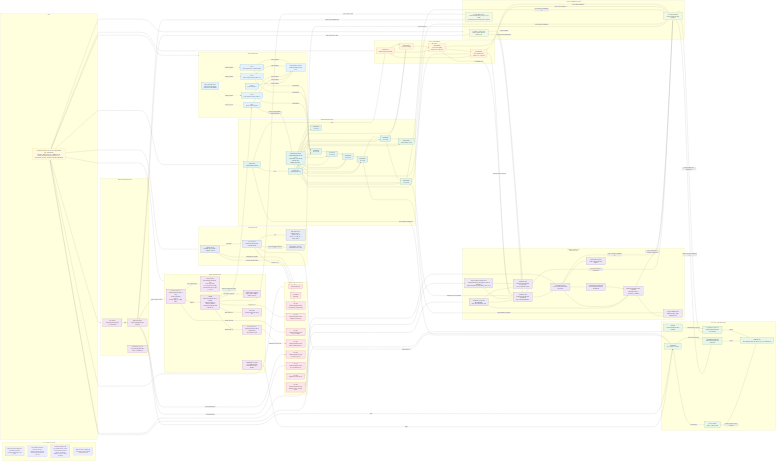
Above: docs/design/platform/dev_full/graph/readiness/dev_full_platform_resources_production_ready_current_v0.mermaid.png in EsosaOrumwese/fraud-detection-system (Mermaid), before the change. Its source is kept beside it as docs/design/platform/dev_full/graph/readiness/dev_full_platform_resources_production_ready_current_v0.mermaid.mmd.
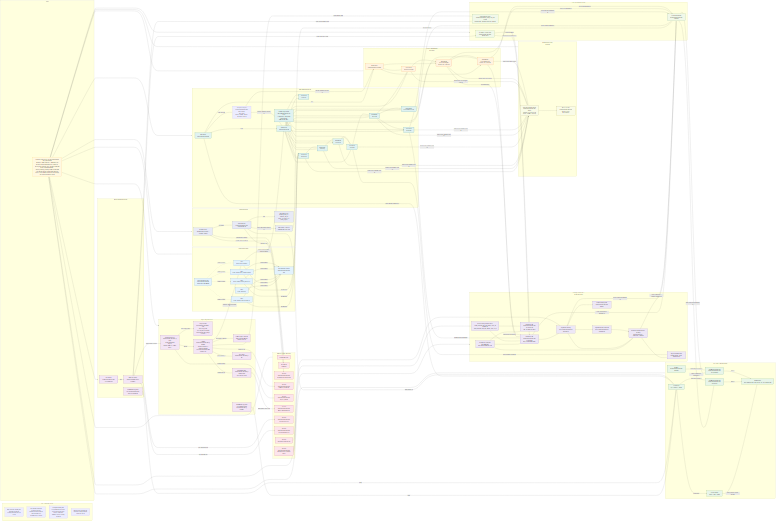
After the change.

Commit message:
Record review standby in readiness graphs

The edit, as a diff of the source:
```diff
@@ -7,13 +7,13 @@
 
   subgraph LEGEND["How to Read This Graph"]
     L1["Only resources backing the currently promoted working-platform core are shown"]
-    L2["The current promoted resource core now includes the full platform after integrated Phase 8 closure"]
+    L2["The current promoted resource core now includes the full platform after final Phase 9 bounded stress closure"]
     L3["Managed learning and ops/governance resources are shown because they are now promoted members of the working platform"]
     L4["Only resources backing the accepted working-platform claim are shown"]
   end
 
   subgraph NOTE["Scope"]
-    N1["Concrete resource view for the promoted full dev_full platform<br>Envelope: 3000 steady eps / 6000 burst eps<br>Current accepted integrated closure slice: phase8_full_platform_integrated_20260313T010847Z"]
+    N1["Concrete resource view for the promoted full dev_full platform<br>Envelope: 3000 steady eps / 6000 burst eps<br>Current accepted bounded stress authority: phase9_full_platform_stress_20260313T203100Z<br>Fresh widened backbone: phase6_learning_coupled_20260313T203100Z<br>Live runtime may be intentionally idled for review; that standby posture does not change the accepted readiness claim"]
   end
 
   subgraph CONTROL["Control Resources"]
@@ -51,6 +51,7 @@
 
   subgraph RTDL["RTDL Runtime Resources"]
     EKS["EKS cluster<br>fraud-platform-dev-full"]
+    NODEGROUP["Managed nodegroup<br>fraud-platform-dev-full-m6f-workers<br>m6i.xlarge<br>review standby: min 0 / desired 0 / max 8"]
     NSRTDL["Namespace<br>fraud-platform-rtdl"]
     CSFB["Deployment<br>fp-pr3-csfb"]
     IEG["Deployment<br>fp-pr3-ieg"]
@@ -68,6 +69,11 @@
     CASETRIG["Deployment<br>fp-pr3-case-trigger"]
     CASEMGMT["Deployment<br>fp-pr3-case-mgmt<br>request 2Gi / limit 6Gi"]
     LABELSTORE["Deployment<br>fp-pr3-label-store<br>request 1Gi / limit 4Gi"]
+  end
+
+  subgraph DATASTATE["Runtime data-state resources"]
+    AURORA["Aurora PostgreSQL cluster<br>fraud-platform-dev-full-aurora<br>serverless v2 0.5 to 4 ACU<br>review standby: stopping"]
+    AURORAWRITER["Writer instance<br>fraud-platform-dev-full-aurora-writer-1<br>db.serverless"]
   end
 
   subgraph LEARNING["Learning + Evolution / MLOps Resources"]
@@ -116,6 +122,7 @@
   N1 --> TRANSPORT
   N1 --> RTDL
   N1 --> CASELABEL
+  N1 --> DATASTATE
   N1 --> LEARNING
   N1 --> STATE
   N1 --> IDENTITY
@@ -159,6 +166,9 @@
 
   EKS -->|hosts| NSRTDL
   EKS -->|hosts| NSCASE
+  EKS -->|scales through| NODEGROUP
+  NODEGROUP -->|supplies runtime capacity to| NSRTDL
+  NODEGROUP -->|supplies runtime capacity to| NSCASE
   NSRTDL --> CSFB
   NSRTDL --> IEG
   NSRTDL --> OFP
@@ -194,6 +204,16 @@
   DL --> CASETRIG
   CASETRIG --> CASEMGMT
   CASEMGMT --> LABELSTORE
+  AURORA --> AURORAWRITER
+  CSFB -->|reads/writes runtime state in| AURORA
+  IEG -->|reads/writes runtime state in| AURORA
+  OFP -->|reads/writes runtime state in| AURORA
+  DF -->|reads/writes runtime state in| AURORA
+  DL -->|reads/writes runtime state in| AURORA
+  DLA -->|reads/writes runtime state in| AURORA
+  CASETRIG -->|reads/writes case-trigger state in| AURORA
+  CASEMGMT -->|reads/writes case state in| AURORA
+  LABELSTORE -->|reads/writes label state in| AURORA
 
   DBWS --> DBBUILD
   DBWS --> DBQUALITY
@@ -243,6 +263,7 @@
   classDef rtdl fill:#e0f2f1,stroke:#00695c,color:#111,stroke-width:1.3px;
   classDef caselabel fill:#fff3e0,stroke:#ef6c00,color:#111,stroke-width:1.3px;
   classDef learning fill:#ede7f6,stroke:#5e35b1,color:#111,stroke-width:1.3px;
+  classDef datastate fill:#f9fbe7,stroke:#827717,color:#111,stroke-width:1.3px;
   classDef state fill:#f1f8e9,stroke:#558b2f,color:#111,stroke-width:1.3px;
   classDef ident fill:#fce4ec,stroke:#ad1457,color:#111,stroke-width:1.3px;
   classDef obs fill:#e8f5e9,stroke:#2e7d32,color:#111,stroke-width:1.3px;
@@ -253,6 +274,7 @@
   class MSK,GLUEREG,TCTRL,TTRAFFIC,TCTXA,TCTXE,TFLOW transport;
   class EKS,NSRTDL,CSFB,IEG,OFP,DF,DL,AL,DLA,ARCH,RTDLIMG rtdl;
   class NSCASE,CASETRIG,CASEMGMT,LABELSTORE caselabel;
+  class AURORA,AURORAWRITER datastate;
   class DBWS,DBBUILD,DBQUALITY,DBCRED,SMTRAIN,SMBATCH,SMPKG,MLFLOW,REGISTRY learning;
   class OBJ,EVID,SSM state;
   class OIDC,ROLETF,ROLESFN,ROLELAMBDA,ROLEAPIGW,ROLEDDB,ROLEWSPEXEC,ROLEWSPRUN,ROLESM,ROLEDBX ident;
```
